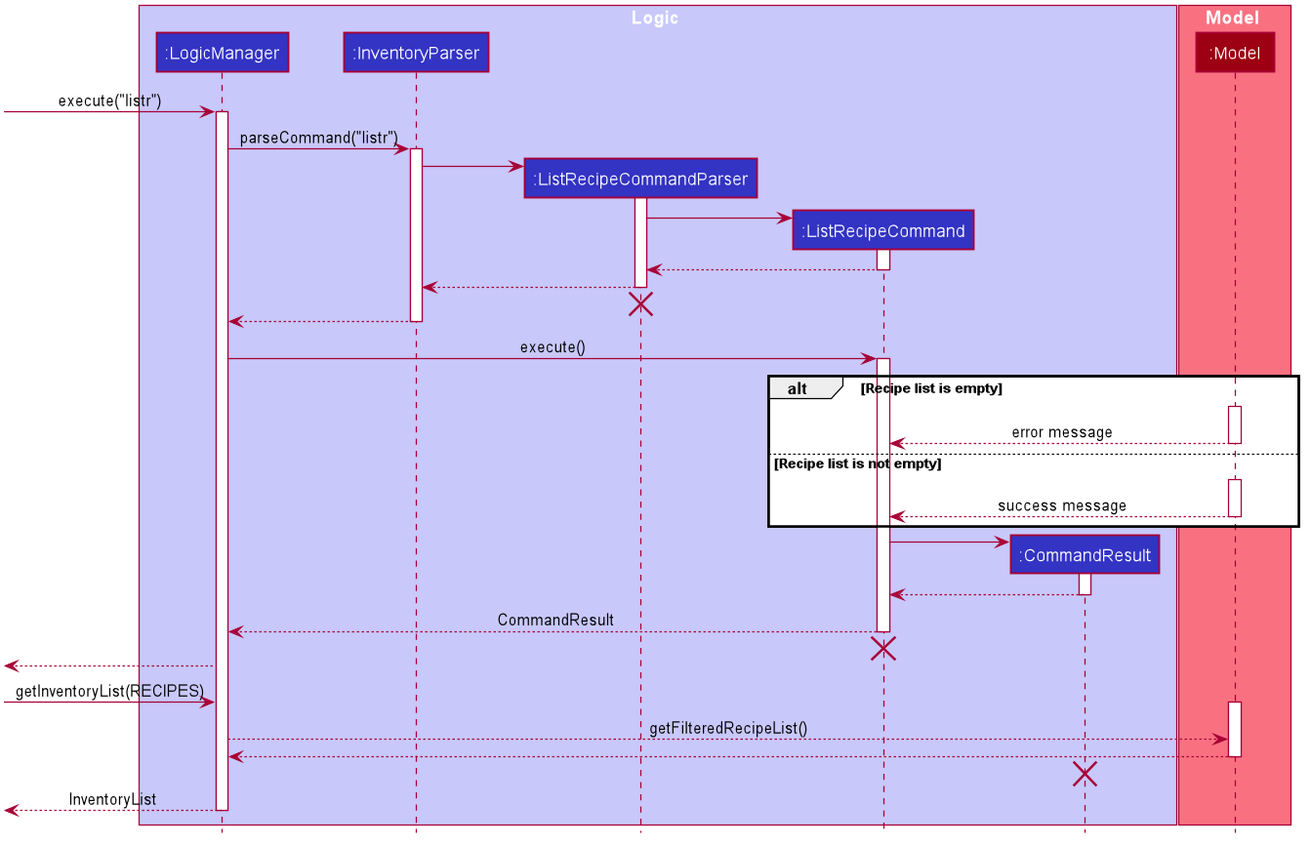
Before: docs/images/commandseqdiagrams/ListRecipeSequenceDiagram.png, a diagram exported from PlantUML (nus-cs2103-AY2021S1/tp). Its diagram source:
```plantuml
@startuml








skinparam BackgroundColor #FFFFFFF

skinparam Shadowing false

skinparam Class {
    FontColor #FFFFFF
    BorderThickness 1
    BorderColor #FFFFFF
    StereotypeFontColor #FFFFFF
    FontName Arial
}

skinparam Actor {
    BorderColor #000000
    Color #000000
    FontName Arial
}

skinparam Sequence {
    MessageAlign center
    BoxFontSize 15
    BoxPadding 0
    BoxFontColor #FFFFFF
    FontName Arial
}

skinparam Participant {
    FontColor #FFFFFFF
    Padding 20
}

skinparam MinClassWidth 50
skinparam ParticipantPadding 10
skinparam Shadowing false
skinparam DefaultTextAlignment center
skinparam packageStyle Rectangle

hide footbox
hide members
hide circle

box Logic #C8C8FA
participant ":LogicManager" as LogicManager #3333C4
participant ":InventoryParser" as InventoryParser #3333C4
participant ":ListRecipeCommandParser" as ListRecipeCommandParser #3333C4
participant ":ListRecipeCommand" as ListRecipeCommand #3333C4
participant ":CommandResult" as CommandResult #3333C4

end box

box Model #F97181
participant ":Model" as Model #9D0012
end box

[-> LogicManager : execute("listr")
activate LogicManager

LogicManager -> InventoryParser : parseCommand("listr")
activate InventoryParser

create ListRecipeCommandParser
InventoryParser -> ListRecipeCommandParser
activate ListRecipeCommandParser

create ListRecipeCommand
ListRecipeCommandParser -> ListRecipeCommand
activate ListRecipeCommand

ListRecipeCommand --> ListRecipeCommandParser :
deactivate ListRecipeCommand

ListRecipeCommandParser --> InventoryParser :
deactivate ListRecipeCommandParser
ListRecipeCommandParser -[hidden]-> InventoryParser
destroy ListRecipeCommandParser

InventoryParser --> LogicManager :
deactivate InventoryParser

LogicManager -> ListRecipeCommand : execute()
activate ListRecipeCommand

alt Recipe list is empty
    ListRecipeCommand -[hidden]-> Model :
    activate Model
    Model --> ListRecipeCommand : error message
    deactivate Model
else Recipe list is not empty
    ListRecipeCommand -[hidden]->  Model
    activate Model
    Model --> ListRecipeCommand : success message
    deactivate Model
end


create CommandResult
ListRecipeCommand -> CommandResult
activate CommandResult

CommandResult --> ListRecipeCommand
deactivate CommandResult

ListRecipeCommand --> LogicManager : CommandResult
deactivate ListRecipeCommand
ListRecipeCommand -[hidden]-> LogicManager
destroy ListRecipeCommand


[<--LogicManager

[-> LogicManager : getInventoryList(RECIPES)
activate Model
LogicManager --> Model : getFilteredRecipeList()
Model --> LogicManager :
deactivate Model

CommandResult -[hidden]-> LogicManager
destroy CommandResult
[<--LogicManager : InventoryList
deactivate LogicManager
@enduml
```
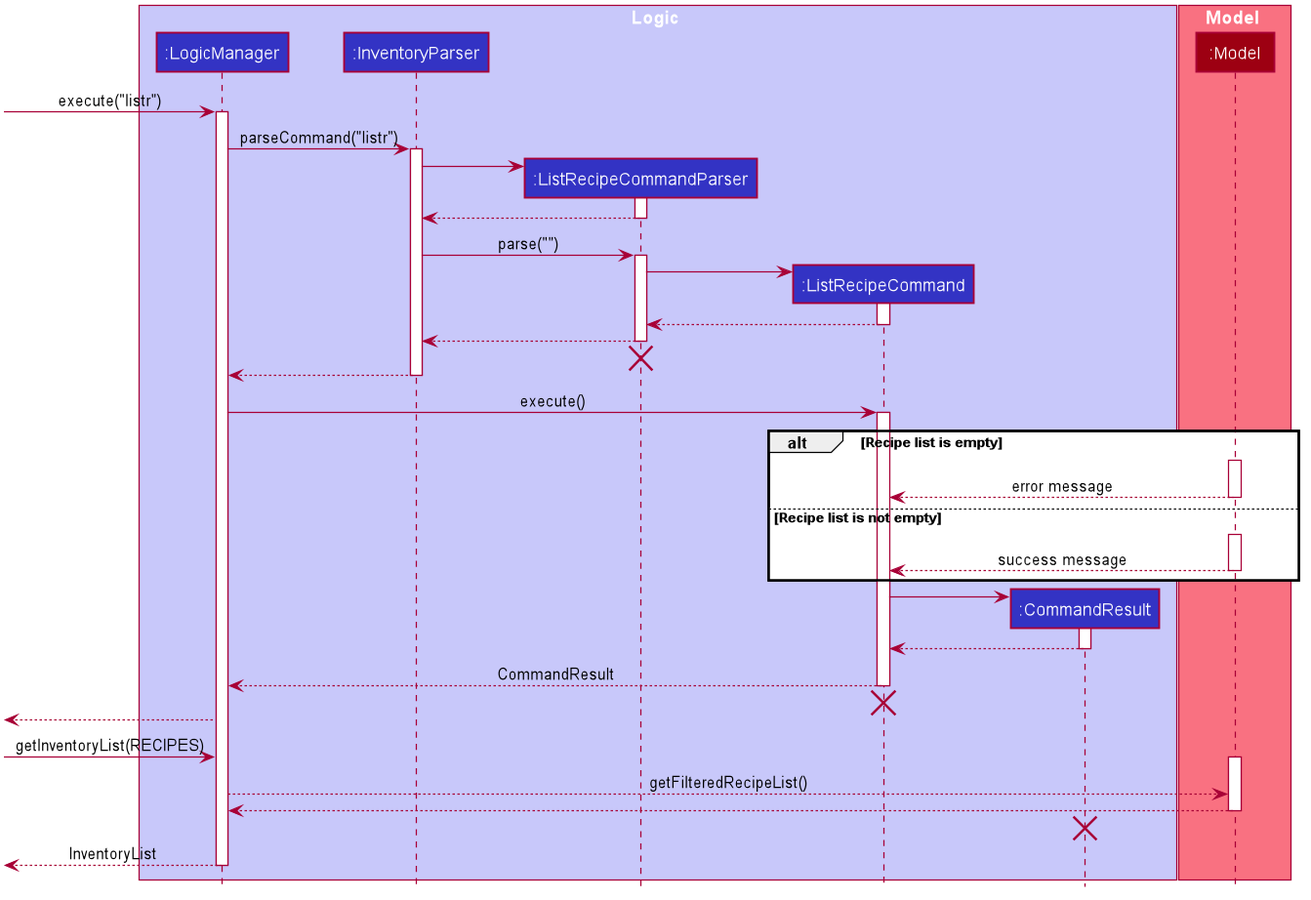
The same file after the commit.

Commit message:
Update list recipe diagram

Change to the diagram source:
```diff
@@ -71,6 +71,12 @@
 InventoryParser -> ListRecipeCommandParser
 activate ListRecipeCommandParser
 
+ListRecipeCommandParser --> InventoryParser
+deactivate ListRecipeCommandParser
+
+InventoryParser -> ListRecipeCommandParser : parse("")
+activate ListRecipeCommandParser
+
 create ListRecipeCommand
 ListRecipeCommandParser -> ListRecipeCommand
 activate ListRecipeCommand
```
